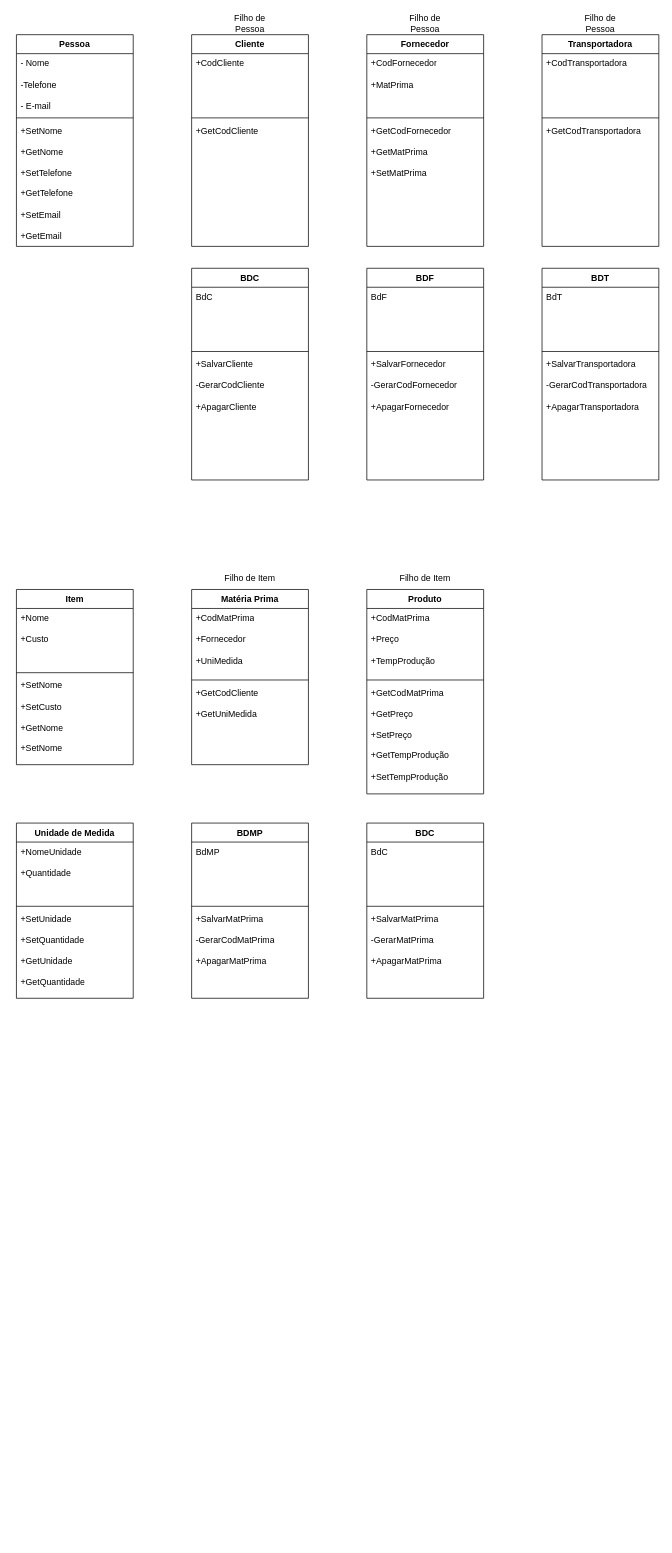
Earlier version of the draw.io diagram page "Diagrama-de-Classe" (4 of 14) of DOC/Fluxograma.drawio (GuilhermeIgarashi7/avatar-Fluxograma). Source tidied: cells renumbered, new cells numbered last; positions are measured from the earlier drawing's top-left corner, leaving out a move shared by most shapes. Both pictures are drawn from the tidied source at 73%, with x=0, y=0 at pixel (16, 12).
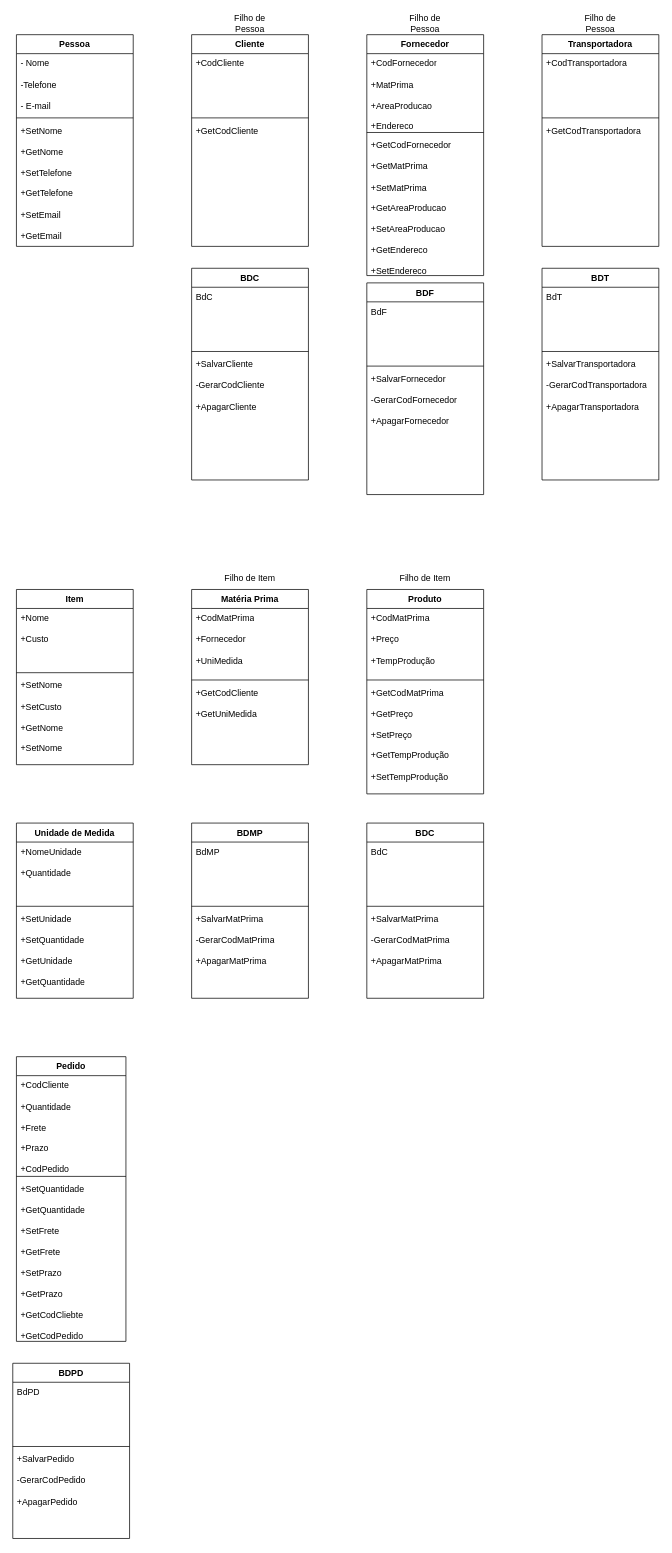
Above is the later version.

Commit message:
Dá uma revisada nos diagramas de classe, mas ta ok

Unchanged cells that the change refers to:
```xml
<mxCell id="55" value="BDC" style="swimlane;fontStyle=1;align=center;verticalAlign=top;horizontal=1;startSize=26;whiteSpace=wrap;html=1;" parent="1" vertex="1">
  <mxGeometry x="480" y="1110" width="160" height="240" as="geometry" />
</mxCell>
```

What changed in the source:
```diff
@@
     <mxCell id="16" value="Fornecedor" style="swimlane;fontStyle=1;align=center;verticalAlign=top;horizontal=1;startSize=26;whiteSpace=wrap;html=1;" parent="1" vertex="1">
-      <mxGeometry x="480" y="30" width="160" height="290" as="geometry" />
+      <mxGeometry x="480" y="30" width="160" height="330" as="geometry" />
     </mxCell>
-    <mxCell id="17" value="+CodFornecedor&lt;br&gt;&lt;br&gt;&lt;div&gt;+MatPrima&lt;/div&gt;" style="text;strokeColor=none;fillColor=none;align=left;verticalAlign=top;spacingLeft=4;spacingRight=4;overflow=hidden;whiteSpace=wrap;html=1;" parent="16" vertex="1">
-      <mxGeometry y="26" width="160" height="84" as="geometry" />
+    <mxCell id="17" value="+CodFornecedor&lt;br&gt;&lt;br&gt;&lt;div&gt;+MatPrima&lt;br&gt;&lt;br&gt;+AreaProducao&lt;br&gt;&lt;br&gt;+Endereco&lt;/div&gt;" style="text;strokeColor=none;fillColor=none;align=left;verticalAlign=top;spacingLeft=4;spacingRight=4;overflow=hidden;whiteSpace=wrap;html=1;" parent="16" vertex="1">
+      <mxGeometry y="26" width="160" height="104" as="geometry" />
     </mxCell>
     <mxCell id="18" style="line;strokeWidth=1;fillColor=none;align=left;verticalAlign=middle;spacingTop=-1;spacingLeft=3;spacingRight=3;labelPosition=right;strokeColor=inherit;" parent="16" vertex="1">
-      <mxGeometry y="110" width="160" height="8" as="geometry" />
+      <mxGeometry y="130" width="160" height="8" as="geometry" />
     </mxCell>
-    <mxCell id="19" value="&lt;div&gt;&lt;span style=&quot;background-color: initial;&quot;&gt;+GetCodFornecedor&lt;/span&gt;&lt;br&gt;&lt;/div&gt;&lt;div&gt;&lt;span style=&quot;background-color: initial;&quot;&gt;&lt;br&gt;&lt;/span&gt;&lt;/div&gt;&lt;div&gt;&lt;span style=&quot;background-color: initial;&quot;&gt;+GetMatPrima&lt;/span&gt;&lt;/div&gt;&lt;div&gt;&lt;span style=&quot;background-color: initial;&quot;&gt;&lt;br&gt;&lt;/span&gt;&lt;/div&gt;&lt;div&gt;&lt;span style=&quot;background-color: initial;&quot;&gt;+SetMatPrima&lt;/span&gt;&lt;/div&gt;" style="text;strokeColor=none;fillColor=none;align=left;verticalAlign=top;spacingLeft=4;spacingRight=4;overflow=hidden;whiteSpace=wrap;html=1;" parent="16" vertex="1">
-      <mxGeometry y="118" width="160" height="172" as="geometry" />
+    <mxCell id="19" value="&lt;div&gt;&lt;span style=&quot;background-color: initial;&quot;&gt;+GetCodFornecedor&lt;/span&gt;&lt;br&gt;&lt;/div&gt;&lt;div&gt;&lt;span style=&quot;background-color: initial;&quot;&gt;&lt;br&gt;&lt;/span&gt;&lt;/div&gt;&lt;div&gt;&lt;span style=&quot;background-color: initial;&quot;&gt;+GetMatPrima&lt;/span&gt;&lt;/div&gt;&lt;div&gt;&lt;span style=&quot;background-color: initial;&quot;&gt;&lt;br&gt;&lt;/span&gt;&lt;/div&gt;&lt;div&gt;&lt;span style=&quot;background-color: initial;&quot;&gt;+SetMatPrima&lt;br&gt;&lt;br&gt;+GetAreaProducao&lt;br&gt;&lt;br&gt;+SetAreaProducao&lt;br&gt;&lt;br&gt;+GetEndereco&lt;br&gt;&lt;br&gt;+SetEndereco&lt;/span&gt;&lt;/div&gt;" style="text;strokeColor=none;fillColor=none;align=left;verticalAlign=top;spacingLeft=4;spacingRight=4;overflow=hidden;whiteSpace=wrap;html=1;" parent="16" vertex="1">
+      <mxGeometry y="138" width="160" height="192" as="geometry" />
     </mxCell>
     <mxCell id="20" value="BDF" style="swimlane;fontStyle=1;align=center;verticalAlign=top;horizontal=1;startSize=26;whiteSpace=wrap;html=1;" parent="1" vertex="1">
-      <mxGeometry x="480" y="350" width="160" height="290" as="geometry" />
+      <mxGeometry x="480" y="370" width="160" height="290" as="geometry" />
     </mxCell>
@@
-    <mxCell id="58" value="+SalvarMatPrima&lt;div&gt;&lt;br&gt;&lt;/div&gt;&lt;div&gt;-GerarMatPrima&lt;/div&gt;&lt;div&gt;&lt;br&gt;&lt;/div&gt;&lt;div&gt;+ApagarMatPrima&lt;/div&gt;" style="text;strokeColor=none;fillColor=none;align=left;verticalAlign=top;spacingLeft=4;spacingRight=4;overflow=hidden;whiteSpace=wrap;html=1;" parent="55" vertex="1">
+    <mxCell id="58" value="+SalvarMatPrima&lt;div&gt;&lt;br&gt;&lt;/div&gt;&lt;div&gt;-GerarCodMatPrima&lt;/div&gt;&lt;div&gt;&lt;br&gt;&lt;/div&gt;&lt;div&gt;+ApagarMatPrima&lt;/div&gt;" style="text;strokeColor=none;fillColor=none;align=left;verticalAlign=top;spacingLeft=4;spacingRight=4;overflow=hidden;whiteSpace=wrap;html=1;" parent="55" vertex="1">
       <mxGeometry y="118" width="160" height="122" as="geometry" />
     </mxCell>
+    <mxCell id="59" value="Pedido" style="swimlane;fontStyle=1;align=center;verticalAlign=top;horizontal=1;startSize=26;whiteSpace=wrap;html=1;" parent="1" vertex="1">
+      <mxGeometry y="1430" width="150" height="390" as="geometry" />
+    </mxCell>
+    <mxCell id="60" value="+CodCliente&lt;br&gt;&lt;br&gt;+Quantidade&lt;div&gt;&lt;br&gt;&lt;/div&gt;&lt;div&gt;+Frete&lt;/div&gt;&lt;div&gt;&lt;br&gt;&lt;/div&gt;&lt;div&gt;+Prazo&lt;/div&gt;&lt;div&gt;&lt;br&gt;&lt;/div&gt;&lt;div&gt;+CodPedido&lt;/div&gt;" style="text;strokeColor=none;fillColor=none;align=left;verticalAlign=top;spacingLeft=4;spacingRight=4;overflow=hidden;whiteSpace=wrap;html=1;" parent="59" vertex="1">
+      <mxGeometry y="26" width="150" height="134" as="geometry" />
+    </mxCell>
+    <mxCell id="61" style="line;strokeWidth=1;fillColor=none;align=left;verticalAlign=middle;spacingTop=-1;spacingLeft=3;spacingRight=3;labelPosition=right;strokeColor=inherit;" parent="59" vertex="1">
+      <mxGeometry y="160" width="150" height="8" as="geometry" />
+    </mxCell>
+    <mxCell id="62" value="+SetQuantidade&lt;div&gt;&lt;br&gt;&lt;/div&gt;&lt;div&gt;+GetQuantidade&lt;/div&gt;&lt;div&gt;&lt;br&gt;&lt;/div&gt;&lt;div&gt;+SetFrete&lt;/div&gt;&lt;div&gt;&lt;br&gt;&lt;/div&gt;&lt;div&gt;+GetFrete&lt;/div&gt;&lt;div&gt;&lt;br&gt;&lt;/div&gt;&lt;div&gt;+SetPrazo&lt;/div&gt;&lt;div&gt;&lt;br&gt;&lt;/div&gt;&lt;div&gt;+GetPrazo&lt;/div&gt;&lt;div&gt;&lt;br&gt;&lt;/div&gt;&lt;div&gt;+GetCodCliebte&lt;/div&gt;&lt;div&gt;&lt;br&gt;&lt;/div&gt;&lt;div&gt;+GetCodPedido&lt;/div&gt;" style="text;strokeColor=none;fillColor=none;align=left;verticalAlign=top;spacingLeft=4;spacingRight=4;overflow=hidden;whiteSpace=wrap;html=1;" parent="59" vertex="1">
+      <mxGeometry y="168" width="150" height="222" as="geometry" />
+    </mxCell>
+    <mxCell id="63" value="BDPD" style="swimlane;fontStyle=1;align=center;verticalAlign=top;horizontal=1;startSize=26;whiteSpace=wrap;html=1;" parent="1" vertex="1">
+      <mxGeometry x="-5" y="1850" width="160" height="240" as="geometry" />
+    </mxCell>
+    <mxCell id="64" value="BdPD" style="text;strokeColor=none;fillColor=none;align=left;verticalAlign=top;spacingLeft=4;spacingRight=4;overflow=hidden;whiteSpace=wrap;html=1;" parent="63" vertex="1">
+      <mxGeometry y="26" width="160" height="84" as="geometry" />
+    </mxCell>
+    <mxCell id="65" style="line;strokeWidth=1;fillColor=none;align=left;verticalAlign=middle;spacingTop=-1;spacingLeft=3;spacingRight=3;labelPosition=right;strokeColor=inherit;" parent="63" vertex="1">
+      <mxGeometry y="110" width="160" height="8" as="geometry" />
+    </mxCell>
+    <mxCell id="66" value="+SalvarPedido&lt;div&gt;&lt;br&gt;&lt;/div&gt;&lt;div&gt;-GerarCodPedido&lt;/div&gt;&lt;div&gt;&lt;br&gt;&lt;/div&gt;&lt;div&gt;+ApagarPedido&lt;/div&gt;" style="text;strokeColor=none;fillColor=none;align=left;verticalAlign=top;spacingLeft=4;spacingRight=4;overflow=hidden;whiteSpace=wrap;html=1;" parent="63" vertex="1">
+      <mxGeometry y="118" width="160" height="122" as="geometry" />
+    </mxCell>
```
